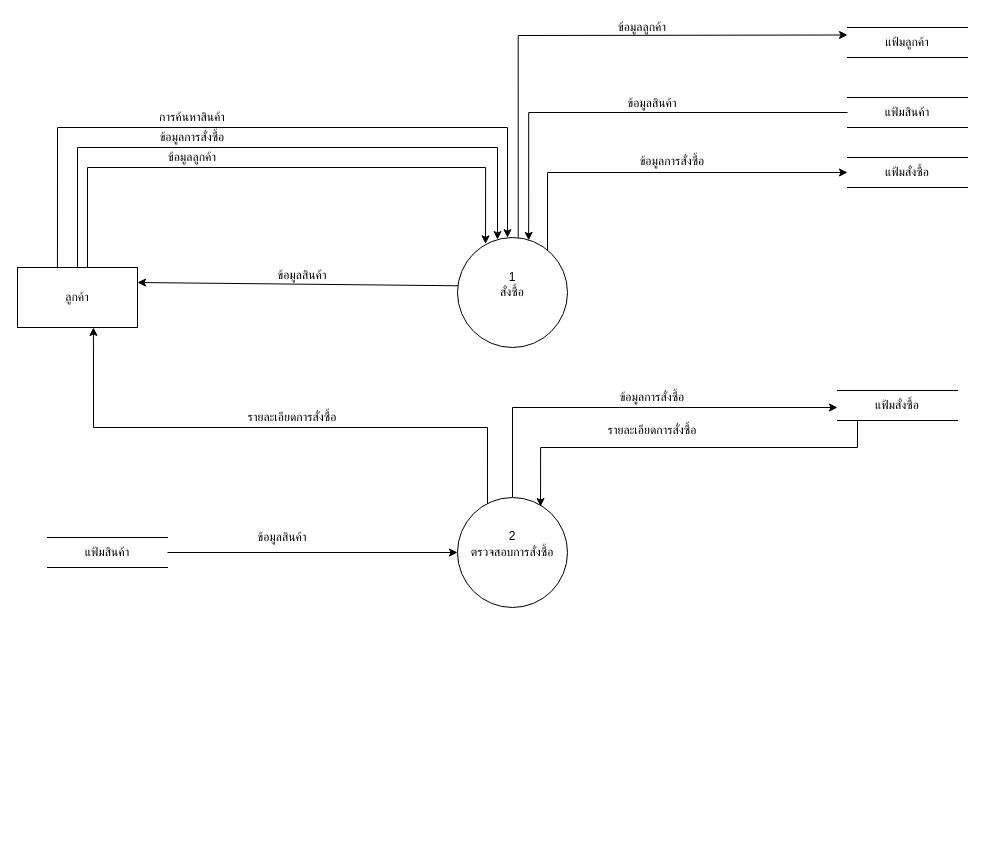
This is DFD Lv1.drawio from tonparin/SomkidDiagram, a draw.io file, before an edit. Source tidied: cells renumbered, new cells numbered last; positions are measured from the earlier drawing's top-left corner, leaving out a move shared by most shapes. Both pictures are drawn from the tidied source at 100%, with x=0, y=0 at pixel (17, 17).
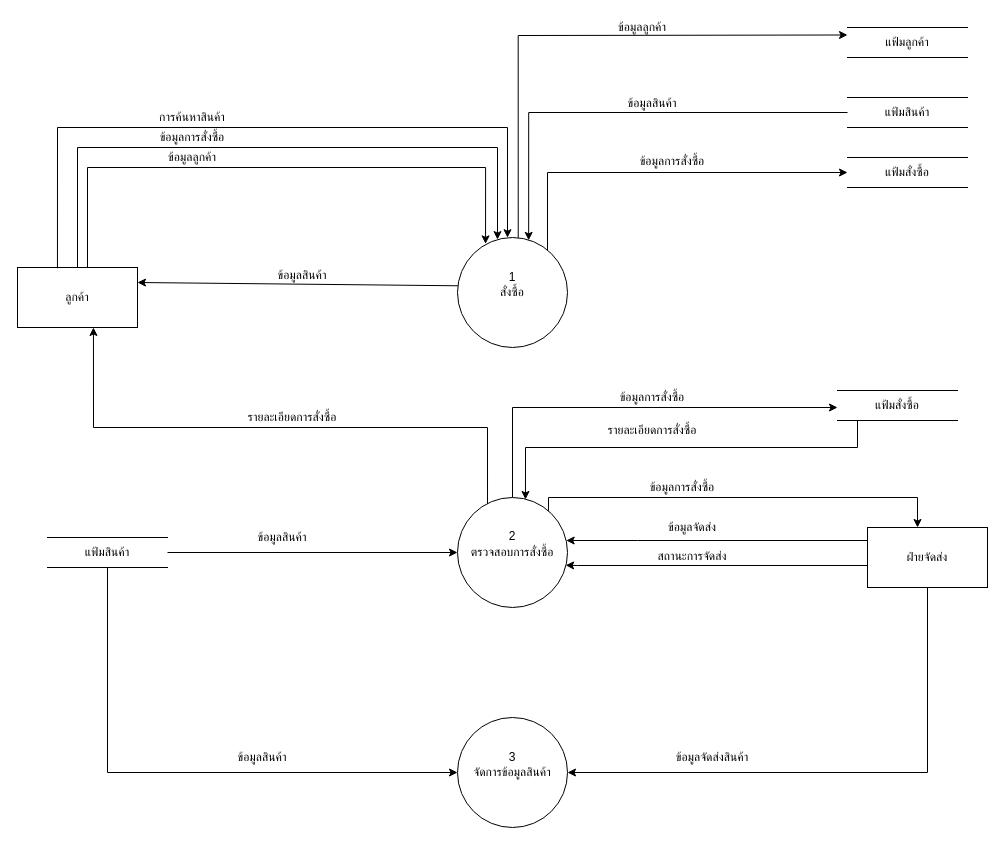
The same diagram, later.

Unchanged cells that the change refers to:
```xml
<mxCell id="25" value="ตรวจสอบการสั่งซื้อ" style="ellipse;whiteSpace=wrap;html=1;" parent="1" vertex="1">
  <mxGeometry x="440" y="480" width="110" height="110" as="geometry" />
</mxCell>
<mxCell id="28" value="แฟ้มสินค้า" style="shape=partialRectangle;whiteSpace=wrap;html=1;left=0;right=0;fillColor=none;" parent="1" vertex="1">
  <mxGeometry x="30" y="520" width="120" height="30" as="geometry" />
</mxCell>
<mxCell id="31" value="แฟ้มสั่งซื้อ" style="shape=partialRectangle;whiteSpace=wrap;html=1;left=0;right=0;fillColor=none;" parent="1" vertex="1">
  <mxGeometry x="820" y="373" width="120" height="30" as="geometry" />
</mxCell>
```

The edit, as a diff of the source:
```diff
@@
+    <mxCell id="34" style="edgeStyle=orthogonalEdgeStyle;rounded=0;jettySize=auto;html=1;entryX=0.417;entryY=0;entryDx=0;entryDy=0;entryPerimeter=0;exitX=0.827;exitY=0.127;exitDx=0;exitDy=0;exitPerimeter=0;" parent="1" edge="1" source="25" target="38">
+      <mxGeometry relative="1" as="geometry">
+        <Array as="points">
+          <mxPoint x="531" y="480" />
+          <mxPoint x="900" y="480" />
+        </Array>
+      </mxGeometry>
+    </mxCell>
@@
+    <mxCell id="35" style="edgeStyle=orthogonalEdgeStyle;rounded=0;jettySize=auto;html=1;entryX=0;entryY=0.5;entryDx=0;entryDy=0;" parent="1" edge="1" source="28" target="43">
+      <mxGeometry relative="1" as="geometry">
+        <Array as="points">
+          <mxPoint x="90" y="755" />
+        </Array>
+      </mxGeometry>
+    </mxCell>
@@
-    <mxCell id="30" style="edgeStyle=orthogonalEdgeStyle;rounded=0;jettySize=auto;html=1;entryX=0.755;entryY=0.082;entryDx=0;entryDy=0;entryPerimeter=0;" parent="1" edge="1" source="31" target="25">
+    <mxCell id="30" style="edgeStyle=orthogonalEdgeStyle;rounded=0;jettySize=auto;html=1;entryX=0.618;entryY=0.018;entryDx=0;entryDy=0;entryPerimeter=0;" parent="1" edge="1" source="31" target="25">
       <mxGeometry relative="1" as="geometry">
         <Array as="points">
           <mxPoint x="840" y="430" />
-          <mxPoint x="523" y="430" />
+          <mxPoint x="508" y="430" />
         </Array>
       </mxGeometry>
     </mxCell>
@@
+    <mxCell id="36" style="edgeStyle=orthogonalEdgeStyle;rounded=0;jettySize=auto;html=1;" parent="1" edge="1" target="25">
+      <mxGeometry relative="1" as="geometry">
+        <mxPoint x="850" y="523" as="sourcePoint" />
+        <Array as="points">
+          <mxPoint x="620" y="523" />
+          <mxPoint x="620" y="523" />
+        </Array>
+      </mxGeometry>
+    </mxCell>
+    <mxCell id="37" style="edgeStyle=orthogonalEdgeStyle;rounded=0;jettySize=auto;html=1;entryX=1;entryY=0.5;entryDx=0;entryDy=0;" parent="1" edge="1" source="38" target="43">
+      <mxGeometry relative="1" as="geometry">
+        <Array as="points">
+          <mxPoint x="910" y="755" />
+        </Array>
+      </mxGeometry>
+    </mxCell>
+    <mxCell id="38" value="ฝ่ายจัดส่ง" style="rounded=0;whiteSpace=wrap;html=1;" parent="1" vertex="1">
+      <mxGeometry x="850" y="510" width="120" height="60" as="geometry" />
+    </mxCell>
+    <mxCell id="39" value="ข้อมูลการสั่งซื้อ" style="text;html=1;strokeColor=none;fillColor=none;align=center;verticalAlign=middle;whiteSpace=wrap;rounded=0;" parent="1" vertex="1">
+      <mxGeometry x="620" y="460" width="90" height="20" as="geometry" />
+    </mxCell>
+    <mxCell id="40" value="ข้อมูลจัดส่ง" style="text;html=1;strokeColor=none;fillColor=none;align=center;verticalAlign=middle;whiteSpace=wrap;rounded=0;" parent="1" vertex="1">
+      <mxGeometry x="630" y="500" width="90" height="20" as="geometry" />
+    </mxCell>
+    <mxCell id="41" value="สถานะการจัดส่ง" style="text;html=1;strokeColor=none;fillColor=none;align=center;verticalAlign=middle;whiteSpace=wrap;rounded=0;" parent="1" vertex="1">
+      <mxGeometry x="630" y="529" width="90" height="20" as="geometry" />
+    </mxCell>
+    <mxCell id="42" style="edgeStyle=orthogonalEdgeStyle;rounded=0;jettySize=auto;html=1;entryX=0.983;entryY=0.616;entryDx=0;entryDy=0;entryPerimeter=0;" parent="1" edge="1" target="25">
+      <mxGeometry relative="1" as="geometry">
+        <mxPoint x="850" y="550" as="sourcePoint" />
+        <Array as="points">
+          <mxPoint x="850" y="548" />
+          <mxPoint x="560" y="548" />
+        </Array>
+      </mxGeometry>
+    </mxCell>
+    <mxCell id="43" value="จัดการข้อมูลสินค้า" style="ellipse;whiteSpace=wrap;html=1;" parent="1" vertex="1">
+      <mxGeometry x="440" y="700" width="110" height="110" as="geometry" />
+    </mxCell>
+    <mxCell id="44" value="3" style="text;html=1;strokeColor=none;fillColor=none;align=center;verticalAlign=middle;whiteSpace=wrap;rounded=0;" parent="1" vertex="1">
+      <mxGeometry x="475" y="730" width="40" height="20" as="geometry" />
+    </mxCell>
+    <mxCell id="45" value="ข้อมูลจัดส่งสินค้า" style="text;html=1;strokeColor=none;fillColor=none;align=center;verticalAlign=middle;whiteSpace=wrap;rounded=0;" parent="1" vertex="1">
+      <mxGeometry x="650" y="730" width="90" height="20" as="geometry" />
+    </mxCell>
+    <mxCell id="46" value="ข้อมูลสินค้า" style="text;html=1;strokeColor=none;fillColor=none;align=center;verticalAlign=middle;whiteSpace=wrap;rounded=0;" parent="1" vertex="1">
+      <mxGeometry x="190" y="730" width="110" height="20" as="geometry" />
+    </mxCell>
```
